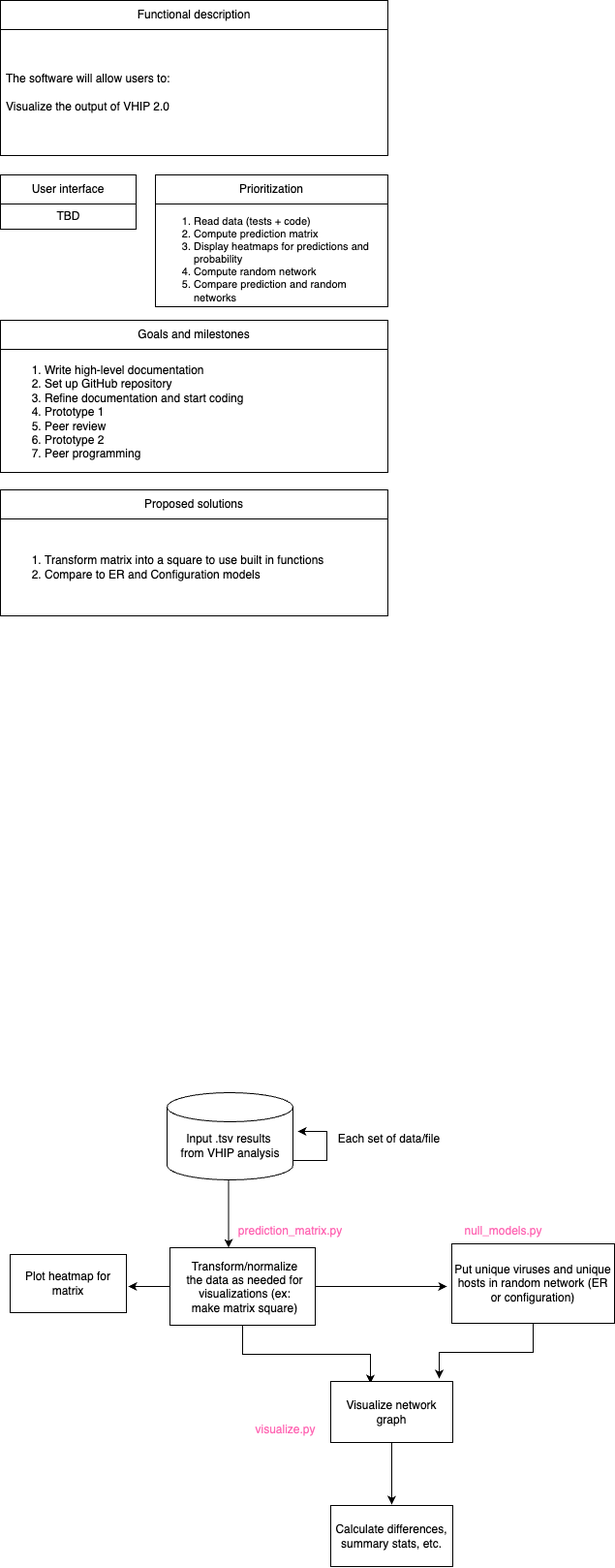
Before: design_documents/Virus_Host_DDS.png, a diagram exported from draw.io (DuhaimeLab/VirusHostNetworkAnalysis). Source tidied: cells renumbered, new cells last; positions are measured from the earlier drawing's top-left corner, leaving out a move shared by most shapes.
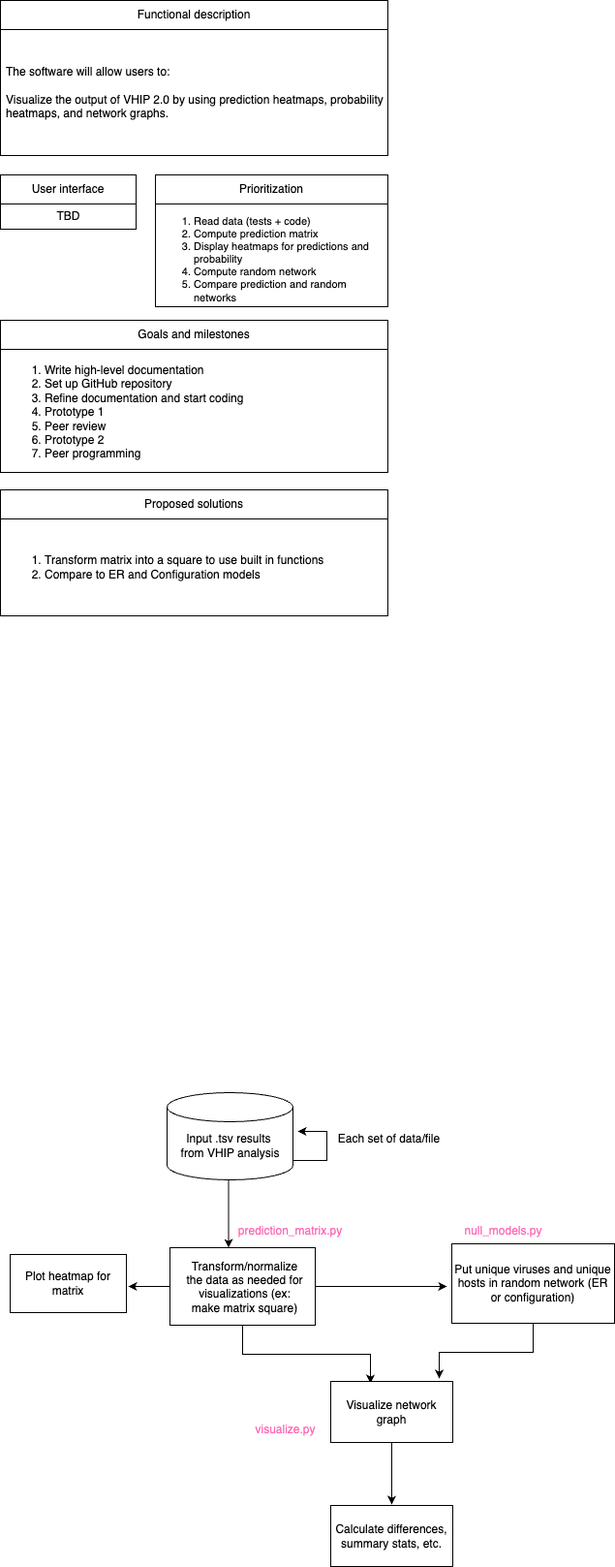
Above is the later version.

Commit message:
Update the DDS to implement feedback

What changed in the source:
```diff
@@ -5,7 +5,7 @@
     <mxCell id="2" value="Functional description" style="swimlane;fontStyle=0;horizontal=1;startSize=30;whiteSpace=wrap;html=1;" parent="1" vertex="1">
       <mxGeometry width="400" height="160" as="geometry" />
     </mxCell>
-    <mxCell id="3" value="The software will allow users to:&lt;br&gt;&lt;br&gt;Visualize the output of VHIP 2.0" style="text;strokeColor=none;fillColor=none;align=left;verticalAlign=middle;spacingLeft=4;spacingRight=4;overflow=hidden;whiteSpace=wrap;html=1;" parent="2" vertex="1">
+    <mxCell id="3" value="The software will allow users to:&lt;br&gt;&lt;br&gt;Visualize the output of VHIP 2.0 by using prediction heatmaps, probability heatmaps, and network graphs." style="text;strokeColor=none;fillColor=none;align=left;verticalAlign=middle;spacingLeft=4;spacingRight=4;overflow=hidden;whiteSpace=wrap;html=1;" parent="2" vertex="1">
       <mxGeometry y="30" width="400" height="130" as="geometry" />
     </mxCell>
     <mxCell id="4" value="User interface" style="swimlane;fontStyle=0;horizontal=1;startSize=30;whiteSpace=wrap;html=1;" parent="1" vertex="1">
```
